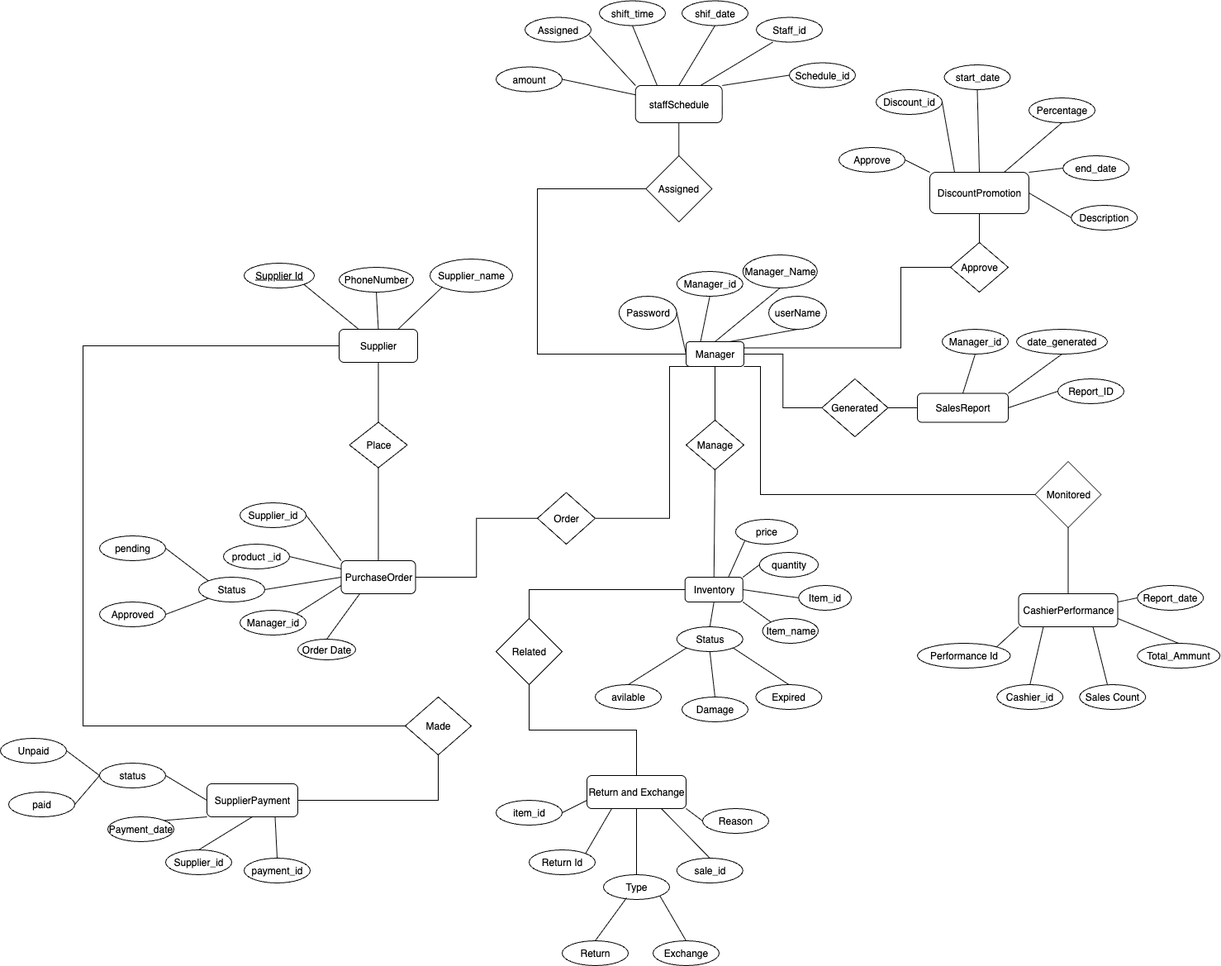
Before: Application ER .drawio.drawio.png, a diagram exported from draw.io (Application-Net-Framework/Shop-Management-System). Source tidied: cells renumbered, new cells last; positions are measured from the earlier drawing's top-left corner, leaving out a move shared by most shapes.
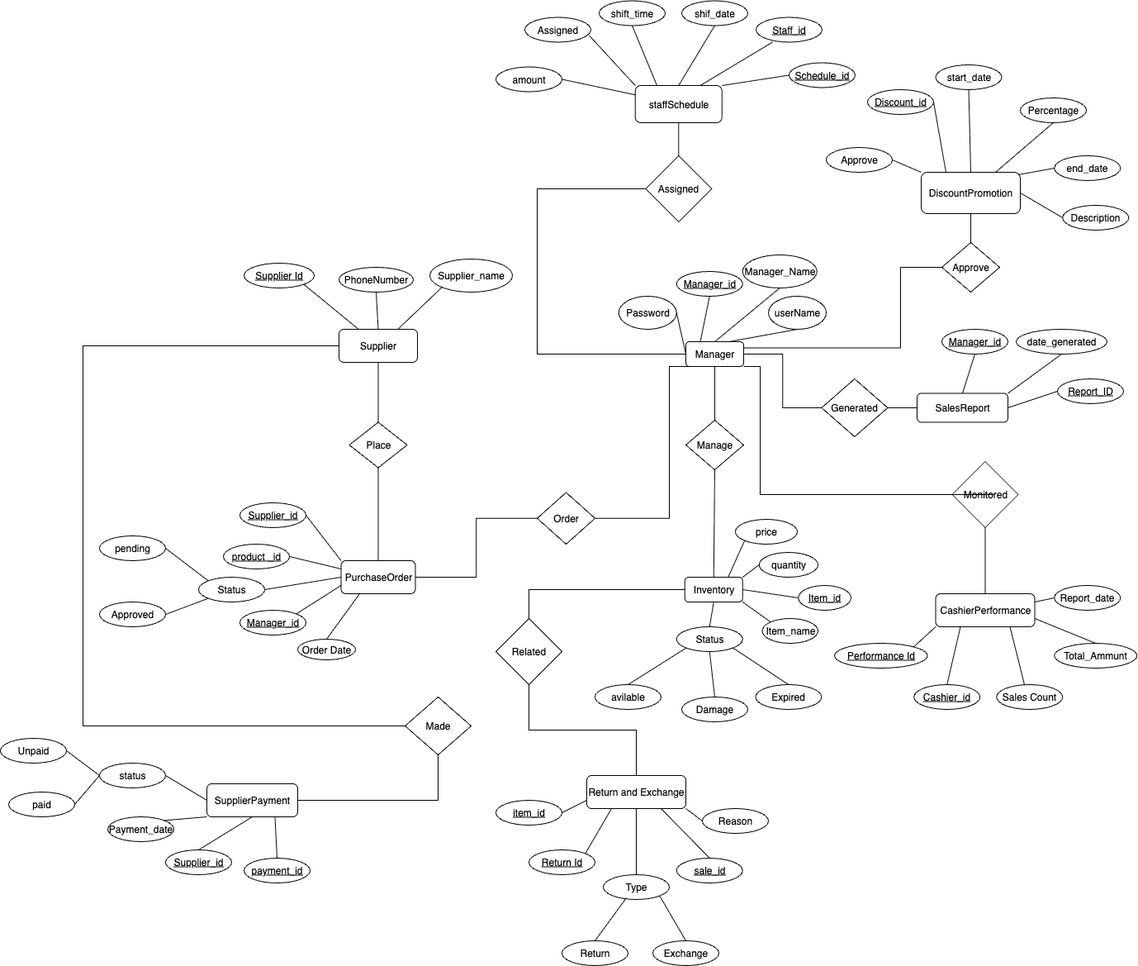
Later version of the same file.

The edit, as a diff of the source:
```diff
@@ -2,11 +2,6 @@
   <root>
     <mxCell id="0" />
     <mxCell id="1" parent="0" />
-    <mxCell id="2" style="edgeStyle=entityRelationEdgeStyle;endArrow=ERzeroToMany;startArrow=ERone;endFill=1;startFill=0;" parent="1" edge="1" target="x">
-      <mxGeometry relative="1" as="geometry">
-        <mxPoint x="660" y="483" as="sourcePoint" />
-      </mxGeometry>
-    </mxCell>
     <mxCell id="3" value="Manager" style="rounded=1;whiteSpace=wrap;html=1;" parent="1" vertex="1">
       <mxGeometry x="830" y="413" width="70" height="30" as="geometry" />
     </mxCell>
@@ -16,7 +11,7 @@
     <mxCell id="5" value="Inventory" style="rounded=1;whiteSpace=wrap;html=1;" parent="1" vertex="1">
       <mxGeometry x="828.8" y="698" width="70" height="30" as="geometry" />
     </mxCell>
-    <mxCell id="6" value="Manager_id" style="ellipse;whiteSpace=wrap;html=1;" parent="1" vertex="1">
+    <mxCell id="6" value="&lt;u&gt;Manager_id&lt;/u&gt;" style="ellipse;whiteSpace=wrap;html=1;" parent="1" vertex="1">
       <mxGeometry x="818.8" y="328" width="80" height="30" as="geometry" />
     </mxCell>
     <mxCell id="7" value="Manager_Name" style="ellipse;whiteSpace=wrap;html=1;" parent="1" vertex="1">
@@ -28,7 +23,7 @@
     <mxCell id="9" value="Password" style="ellipse;whiteSpace=wrap;html=1;" parent="1" vertex="1">
       <mxGeometry x="748.8" y="358" width="70" height="40" as="geometry" />
     </mxCell>
-    <mxCell id="10" value="Item_id" style="ellipse;whiteSpace=wrap;html=1;" parent="1" vertex="1">
+    <mxCell id="10" value="&lt;u&gt;Item_id&lt;/u&gt;" style="ellipse;whiteSpace=wrap;html=1;" parent="1" vertex="1">
       <mxGeometry x="966.2" y="708" width="63.8" height="30" as="geometry" />
     </mxCell>
     <mxCell id="11" value="Item_name" style="ellipse;whiteSpace=wrap;html=1;" parent="1" vertex="1">
@@ -55,13 +50,13 @@
     <mxCell id="18" value="PurchaseOrder" style="rounded=1;whiteSpace=wrap;html=1;" parent="1" vertex="1">
       <mxGeometry x="412.5" y="678" width="90" height="40" as="geometry" />
     </mxCell>
-    <mxCell id="19" value="product _id" style="ellipse;whiteSpace=wrap;html=1;" parent="1" vertex="1">
+    <mxCell id="19" value="&lt;u&gt;product _id&lt;/u&gt;" style="ellipse;whiteSpace=wrap;html=1;" parent="1" vertex="1">
       <mxGeometry x="270" y="658" width="80" height="30" as="geometry" />
     </mxCell>
-    <mxCell id="20" value="Supplier_id" style="ellipse;whiteSpace=wrap;html=1;" parent="1" vertex="1">
+    <mxCell id="20" value="&lt;u&gt;Supplier_id&lt;/u&gt;" style="ellipse;whiteSpace=wrap;html=1;" parent="1" vertex="1">
       <mxGeometry x="290" y="608" width="80" height="30" as="geometry" />
     </mxCell>
-    <mxCell id="21" value="Manager_id" style="ellipse;whiteSpace=wrap;html=1;" parent="1" vertex="1">
+    <mxCell id="21" value="&lt;u&gt;Manager_id&lt;/u&gt;" style="ellipse;whiteSpace=wrap;html=1;" parent="1" vertex="1">
       <mxGeometry x="290" y="738" width="80" height="30" as="geometry" />
     </mxCell>
     <mxCell id="22" value="Order Date" style="ellipse;whiteSpace=wrap;html=1;" parent="1" vertex="1">
@@ -91,43 +86,43 @@
     <mxCell id="30" value="SalesReport" style="rounded=1;whiteSpace=wrap;html=1;" parent="1" vertex="1">
       <mxGeometry x="1110" y="475.5" width="110" height="35" as="geometry" />
     </mxCell>
-    <mxCell id="31" value="Report_ID" style="ellipse;whiteSpace=wrap;html=1;" parent="1" vertex="1">
+    <mxCell id="31" value="&lt;u&gt;Report_ID&lt;/u&gt;" style="ellipse;whiteSpace=wrap;html=1;" parent="1" vertex="1">
       <mxGeometry x="1280" y="458" width="80" height="30" as="geometry" />
     </mxCell>
     <mxCell id="32" value="date_generated" style="ellipse;whiteSpace=wrap;html=1;" parent="1" vertex="1">
       <mxGeometry x="1230" y="398" width="110" height="30" as="geometry" />
     </mxCell>
-    <mxCell id="33" value="Manager_id" style="ellipse;whiteSpace=wrap;html=1;" parent="1" vertex="1">
+    <mxCell id="33" value="&lt;u&gt;Manager_id&lt;/u&gt;" style="ellipse;whiteSpace=wrap;html=1;" parent="1" vertex="1">
       <mxGeometry x="1140" y="398" width="80" height="30" as="geometry" />
     </mxCell>
     <mxCell id="34" value="CashierPerformance" style="rounded=1;whiteSpace=wrap;html=1;" parent="1" vertex="1">
-      <mxGeometry x="1232.5" y="718" width="120" height="40" as="geometry" />
+      <mxGeometry x="1132.5" y="718" width="120" height="40" as="geometry" />
     </mxCell>
-    <mxCell id="35" value="Performance Id&lt;span style=&quot;color: rgba(0, 0, 0, 0); font-family: monospace; font-size: 0px; text-align: start; text-wrap-mode: nowrap;&quot;&gt;%3CmxGraphModel%3E%3Croot%3E%3CmxCell%20id%3D%220%22%2F%3E%3CmxCell%20id%3D%221%22%20parent%3D%220%22%2F%3E%3CmxCell%20id%3D%222%22%20value%3D%22Approved%22%20style%3D%22ellipse%3BwhiteSpace%3Dwrap%3Bhtml%3D1%3B%22%20vertex%3D%221%22%20parent%3D%221%22%3E%3CmxGeometry%20x%3D%22200%22%20y%3D%22670%22%20width%3D%2280%22%20height%3D%2230%22%20as%3D%22geometry%22%2F%3E%3C%2FmxCell%3E%3C%2Froot%3E%3C%2FmxGraphModel%3E&lt;/span&gt;" style="ellipse;whiteSpace=wrap;html=1;" parent="1" vertex="1">
-      <mxGeometry x="1110" y="778" width="112.5" height="30" as="geometry" />
+    <mxCell id="35" value="&lt;u&gt;Performance Id&lt;span style=&quot;color: rgba(0, 0, 0, 0); font-family: monospace; font-size: 0px; text-align: start; text-wrap-mode: nowrap;&quot;&gt;%3CmxGraphModel%3E%3Croot%3E%3CmxCell%20id%3D%220%22%2F%3E%3CmxCell%20id%3D%221%22%20parent%3D%220%22%2F%3E%3CmxCell%20id%3D%222%22%20value%3D%22Approved%22%20style%3D%22ellipse%3BwhiteSpace%3Dwrap%3Bhtml%3D1%3B%22%20vertex%3D%221%22%20parent%3D%221%22%3E%3CmxGeometry%20x%3D%22200%22%20y%3D%22670%22%20width%3D%2280%22%20height%3D%2230%22%20as%3D%22geometry%22%2F%3E%3C%2FmxCell%3E%3C%2Froot%3E%3C%2FmxGraphModel%3E&lt;/span&gt;&lt;/u&gt;" style="ellipse;whiteSpace=wrap;html=1;" parent="1" vertex="1">
+      <mxGeometry x="1010" y="778" width="112.5" height="30" as="geometry" />
     </mxCell>
-    <mxCell id="36" value="Cashier_id" style="ellipse;whiteSpace=wrap;html=1;" parent="1" vertex="1">
-      <mxGeometry x="1206.2" y="828" width="80" height="30" as="geometry" />
+    <mxCell id="36" value="&lt;u&gt;Cashier_id&lt;/u&gt;" style="ellipse;whiteSpace=wrap;html=1;" parent="1" vertex="1">
+      <mxGeometry x="1106.2" y="828" width="80" height="30" as="geometry" />
     </mxCell>
     <mxCell id="37" value="Sales Count" style="ellipse;whiteSpace=wrap;html=1;" parent="1" vertex="1">
-      <mxGeometry x="1306.2" y="828" width="80" height="30" as="geometry" />
+      <mxGeometry x="1206.2" y="828" width="80" height="30" as="geometry" />
     </mxCell>
     <mxCell id="38" value="Total_Ammunt" style="ellipse;whiteSpace=wrap;html=1;" parent="1" vertex="1">
-      <mxGeometry x="1376.2" y="778" width="100" height="30" as="geometry" />
+      <mxGeometry x="1276.2" y="778" width="100" height="30" as="geometry" />
     </mxCell>
     <mxCell id="39" value="Report_date" style="ellipse;whiteSpace=wrap;html=1;" parent="1" vertex="1">
-      <mxGeometry x="1376.2" y="708" width="80" height="30" as="geometry" />
+      <mxGeometry x="1276.2" y="708" width="80" height="30" as="geometry" />
     </mxCell>
     <mxCell id="40" value="Return and Exchange" style="rounded=1;whiteSpace=wrap;html=1;" parent="1" vertex="1">
       <mxGeometry x="710" y="938" width="120" height="40" as="geometry" />
     </mxCell>
-    <mxCell id="41" value="Return Id" style="ellipse;whiteSpace=wrap;html=1;" parent="1" vertex="1">
+    <mxCell id="41" value="&lt;u&gt;Return Id&lt;/u&gt;" style="ellipse;whiteSpace=wrap;html=1;" parent="1" vertex="1">
       <mxGeometry x="640" y="1028" width="80" height="30" as="geometry" />
     </mxCell>
-    <mxCell id="42" value="sale_id" style="ellipse;whiteSpace=wrap;html=1;" parent="1" vertex="1">
+    <mxCell id="42" value="&lt;u&gt;sale_id&lt;/u&gt;" style="ellipse;whiteSpace=wrap;html=1;" parent="1" vertex="1">
       <mxGeometry x="818.8" y="1038" width="80" height="30" as="geometry" />
     </mxCell>
-    <mxCell id="43" value="item_id" style="ellipse;whiteSpace=wrap;html=1;" parent="1" vertex="1">
+    <mxCell id="43" value="&lt;u&gt;item_id&lt;/u&gt;" style="ellipse;whiteSpace=wrap;html=1;" parent="1" vertex="1">
       <mxGeometry x="600" y="968" width="80" height="30" as="geometry" />
     </mxCell>
     <mxCell id="44" value="Reason" style="ellipse;whiteSpace=wrap;html=1;" parent="1" vertex="1">
@@ -143,33 +138,33 @@
       <mxGeometry x="680" y="1138" width="80" height="30" as="geometry" />
     </mxCell>
     <mxCell id="48" value="DiscountPromotion" style="rounded=1;whiteSpace=wrap;html=1;" parent="1" vertex="1">
-      <mxGeometry x="1125" y="208" width="120" height="50" as="geometry" />
+      <mxGeometry x="1115" y="208" width="120" height="50" as="geometry" />
     </mxCell>
-    <mxCell id="49" value="Discount_id" style="ellipse;whiteSpace=wrap;html=1;" parent="1" vertex="1">
-      <mxGeometry x="1060" y="108" width="80" height="30" as="geometry" />
+    <mxCell id="49" value="&lt;u&gt;Discount_id&lt;/u&gt;" style="ellipse;whiteSpace=wrap;html=1;" parent="1" vertex="1">
+      <mxGeometry x="1050" y="108" width="80" height="30" as="geometry" />
     </mxCell>
     <mxCell id="50" value="Description" style="ellipse;whiteSpace=wrap;html=1;" parent="1" vertex="1">
-      <mxGeometry x="1296.2" y="248" width="80" height="30" as="geometry" />
+      <mxGeometry x="1286.2" y="248" width="80" height="30" as="geometry" />
     </mxCell>
     <mxCell id="51" value="Percentage" style="ellipse;whiteSpace=wrap;html=1;" parent="1" vertex="1">
-      <mxGeometry x="1245" y="118" width="80" height="30" as="geometry" />
+      <mxGeometry x="1235" y="118" width="80" height="30" as="geometry" />
     </mxCell>
     <mxCell id="52" value="start_date" style="ellipse;whiteSpace=wrap;html=1;" parent="1" vertex="1">
-      <mxGeometry x="1142.5" y="78" width="80" height="30" as="geometry" />
+      <mxGeometry x="1132.5" y="78" width="80" height="30" as="geometry" />
     </mxCell>
     <mxCell id="53" value="end_date" style="ellipse;whiteSpace=wrap;html=1;" parent="1" vertex="1">
-      <mxGeometry x="1286.2" y="188" width="80" height="30" as="geometry" />
+      <mxGeometry x="1276.2" y="188" width="80" height="30" as="geometry" />
     </mxCell>
     <mxCell id="54" value="Approve" style="ellipse;whiteSpace=wrap;html=1;" parent="1" vertex="1">
-      <mxGeometry x="1015" y="178" width="80" height="30" as="geometry" />
+      <mxGeometry x="1000" y="178" width="80" height="30" as="geometry" />
     </mxCell>
     <mxCell id="55" value="staffSchedule" style="rounded=1;whiteSpace=wrap;html=1;" parent="1" vertex="1">
       <mxGeometry x="768.8" y="103" width="105" height="45" as="geometry" />
     </mxCell>
-    <mxCell id="56" value="Schedule_id" style="ellipse;whiteSpace=wrap;html=1;" parent="1" vertex="1">
+    <mxCell id="56" value="&lt;u&gt;Schedule_id&lt;/u&gt;" style="ellipse;whiteSpace=wrap;html=1;" parent="1" vertex="1">
       <mxGeometry x="955" y="75.5" width="80" height="30" as="geometry" />
     </mxCell>
-    <mxCell id="57" value="Staff_id" style="ellipse;whiteSpace=wrap;html=1;" parent="1" vertex="1">
+    <mxCell id="57" value="&lt;u&gt;Staff_id&lt;/u&gt;" style="ellipse;whiteSpace=wrap;html=1;" parent="1" vertex="1">
       <mxGeometry x="915" y="20.5" width="80" height="30" as="geometry" />
     </mxCell>
     <mxCell id="58" value="shif_date" style="ellipse;whiteSpace=wrap;html=1;" parent="1" vertex="1">
@@ -184,10 +179,10 @@
     <mxCell id="61" value="SupplierPayment" style="rounded=1;whiteSpace=wrap;html=1;" parent="1" vertex="1">
       <mxGeometry x="250" y="948" width="110" height="40" as="geometry" />
     </mxCell>
-    <mxCell id="62" value="Supplier_id" style="ellipse;whiteSpace=wrap;html=1;" parent="1" vertex="1">
+    <mxCell id="62" value="&lt;u&gt;Supplier_id&lt;/u&gt;" style="ellipse;whiteSpace=wrap;html=1;" parent="1" vertex="1">
       <mxGeometry x="200" y="1028" width="80" height="30" as="geometry" />
     </mxCell>
-    <mxCell id="63" value="payment_id" style="ellipse;whiteSpace=wrap;html=1;" parent="1" vertex="1">
+    <mxCell id="63" value="&lt;u&gt;payment_id&lt;/u&gt;" style="ellipse;whiteSpace=wrap;html=1;" parent="1" vertex="1">
       <mxGeometry x="295" y="1038" width="80" height="30" as="geometry" />
     </mxCell>
     <mxCell id="64" value="amount" style="ellipse;whiteSpace=wrap;html=1;" parent="1" vertex="1">
@@ -305,7 +300,7 @@
       <mxGeometry relative="1" as="geometry" />
     </mxCell>
     <mxCell id="102" value="Monitored" style="rhombus;whiteSpace=wrap;html=1;" parent="1" vertex="1">
-      <mxGeometry x="1252.5" y="558" width="80" height="80" as="geometry" />
+      <mxGeometry x="1152.5" y="558" width="80" height="80" as="geometry" />
     </mxCell>
     <mxCell id="103" style="endArrow=none;html=1;rounded=0;entryX=0.5;entryY=1;entryDx=0;entryDy=0;exitX=0.5;exitY=0;exitDx=0;exitDy=0;" parent="1" edge="1" source="34" target="102">
       <mxGeometry relative="1" as="geometry" />
@@ -346,14 +341,14 @@
     <mxCell id="113" style="endArrow=none;html=1;rounded=0;entryX=0.5;entryY=1;entryDx=0;entryDy=0;exitX=0.75;exitY=0;exitDx=0;exitDy=0;" parent="1" edge="1" source="48" target="51">
       <mxGeometry relative="1" as="geometry" />
     </mxCell>
-    <mxCell id="114" style="endArrow=none;html=1;rounded=0;entryX=0;entryY=0.5;entryDx=0;entryDy=0;exitX=1;exitY=0;exitDx=0;exitDy=0;" parent="1" edge="1" source="48" target="53">
+    <mxCell id="114" style="endArrow=none;html=1;rounded=0;entryX=0;entryY=0.5;entryDx=0;entryDy=0;exitX=0.978;exitY=0.06;exitDx=0;exitDy=0;exitPerimeter=0;" parent="1" edge="1" source="48" target="53">
       <mxGeometry relative="1" as="geometry" />
     </mxCell>
     <mxCell id="115" style="endArrow=none;html=1;rounded=0;entryX=0;entryY=0.5;entryDx=0;entryDy=0;exitX=1;exitY=0.5;exitDx=0;exitDy=0;" parent="1" edge="1" source="48" target="50">
       <mxGeometry relative="1" as="geometry" />
     </mxCell>
     <mxCell id="116" value="Approve" style="rhombus;whiteSpace=wrap;html=1;" parent="1" vertex="1">
-      <mxGeometry x="1150" y="293" width="70" height="60" as="geometry" />
+      <mxGeometry x="1140" y="293" width="70" height="60" as="geometry" />
     </mxCell>
     <mxCell id="117" style="endArrow=none;html=1;rounded=0;entryX=0.5;entryY=1;entryDx=0;entryDy=0;" parent="1" edge="1" source="116" target="48">
       <mxGeometry relative="1" as="geometry" />
```
